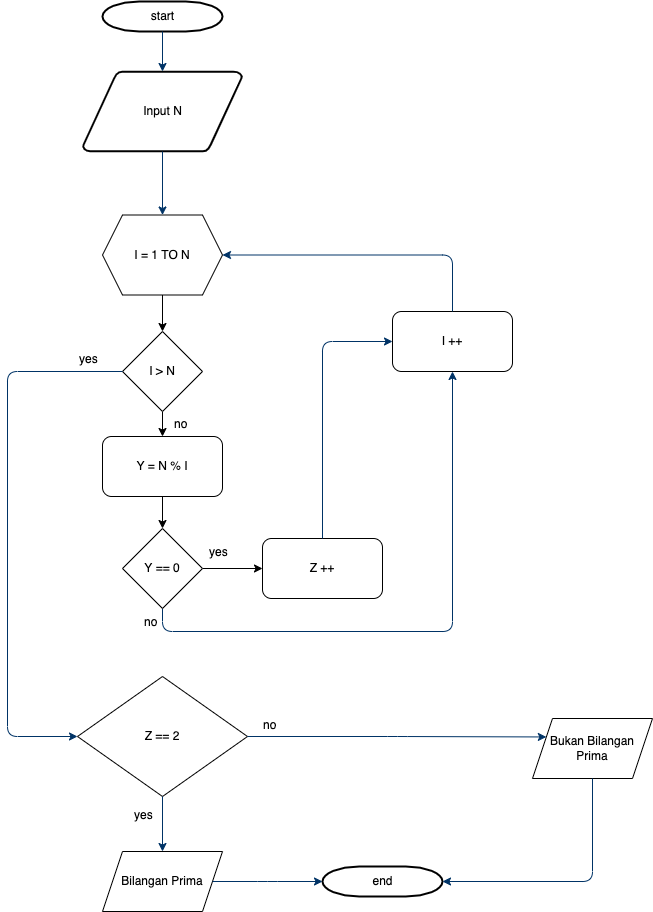
Above: Day1/Day1-Prima.drawio.png in ikonsultandeveloper/Tugas (draw.io), before the change. Source tidied: cells renumbered, new cells last; positions are measured from the earlier drawing's top-left corner, leaving out a move shared by most shapes. The source it was exported from:
```xml
<mxGraphModel>
  <root>
    <mxCell id="0" />
    <mxCell id="1" parent="0" />
    <mxCell id="2" value="start" style="shape=mxgraph.flowchart.terminator;strokeWidth=2;gradientColor=none;gradientDirection=north;fontStyle=0;html=1;" parent="1" vertex="1">
      <mxGeometry x="95" width="120" height="30" as="geometry" />
    </mxCell>
    <mxCell id="3" value="Input N" style="shape=mxgraph.flowchart.data;strokeWidth=2;gradientColor=none;gradientDirection=north;fontStyle=0;html=1;" parent="1" vertex="1">
      <mxGeometry x="75.5" y="70" width="159" height="80" as="geometry" />
    </mxCell>
    <mxCell id="4" style="fontStyle=1;strokeColor=#003366;strokeWidth=1;html=1;" parent="1" edge="1" source="2" target="3">
      <mxGeometry relative="1" as="geometry" />
    </mxCell>
    <mxCell id="5" style="fontStyle=1;strokeColor=#003366;strokeWidth=1;html=1;entryX=0.5;entryY=0;entryDx=0;entryDy=0;" parent="1" edge="1" source="3" target="18">
      <mxGeometry relative="1" as="geometry" />
    </mxCell>
    <mxCell id="6" value="end" style="shape=mxgraph.flowchart.terminator;strokeWidth=2;gradientColor=none;gradientDirection=north;fontStyle=0;html=1;" parent="1" vertex="1">
      <mxGeometry x="315" y="865" width="120" height="30" as="geometry" />
    </mxCell>
    <mxCell id="7" value="Bukan Bilangan Prima" style="shape=parallelogram;perimeter=parallelogramPerimeter;whiteSpace=wrap;html=1;fixedSize=1;" parent="1" vertex="1">
      <mxGeometry x="525" y="717" width="120" height="60" as="geometry" />
    </mxCell>
    <mxCell id="8" value="Z == 2" style="rhombus;whiteSpace=wrap;html=1;" parent="1" vertex="1">
      <mxGeometry x="70" y="675" width="170" height="120" as="geometry" />
    </mxCell>
    <mxCell id="9" value="yes" style="text;fontStyle=0;html=1;strokeColor=none;gradientColor=none;fillColor=none;strokeWidth=2;" parent="1" vertex="1">
      <mxGeometry x="125" y="800" width="40" height="26" as="geometry" />
    </mxCell>
    <mxCell id="10" style="edgeStyle=elbowEdgeStyle;elbow=horizontal;fontStyle=1;strokeColor=#003366;strokeWidth=1;html=1;exitX=0.5;exitY=1;exitDx=0;exitDy=0;" parent="1" edge="1" source="8" target="11">
      <mxGeometry x="825" y="-320" as="geometry" />
    </mxCell>
    <mxCell id="11" value="Bilangan Prima" style="shape=parallelogram;perimeter=parallelogramPerimeter;whiteSpace=wrap;html=1;fixedSize=1;" parent="1" vertex="1">
      <mxGeometry x="95" y="850" width="120" height="60" as="geometry" />
    </mxCell>
    <mxCell id="12" value="no" style="text;fontStyle=0;html=1;strokeColor=none;gradientColor=none;fillColor=none;strokeWidth=2;" parent="1" vertex="1">
      <mxGeometry x="135" y="607" width="40" height="26" as="geometry" />
    </mxCell>
    <mxCell id="13" style="edgeStyle=elbowEdgeStyle;elbow=horizontal;fontStyle=1;strokeColor=#003366;strokeWidth=1;html=1;entryX=0;entryY=0.5;entryDx=0;entryDy=0;entryPerimeter=0;exitX=1;exitY=0.5;exitDx=0;exitDy=0;" parent="1" edge="1" source="11" target="6">
      <mxGeometry x="614.5" y="-44" as="geometry" />
    </mxCell>
    <mxCell id="14" style="edgeStyle=elbowEdgeStyle;elbow=horizontal;fontStyle=1;strokeColor=#003366;strokeWidth=1;html=1;entryX=1;entryY=0.5;entryDx=0;entryDy=0;entryPerimeter=0;exitX=0.5;exitY=1;exitDx=0;exitDy=0;" parent="1" edge="1" source="7" target="6">
      <mxGeometry x="825" y="-320" as="geometry">
        <Array as="points">
          <mxPoint x="585" y="830" />
          <mxPoint x="695" y="400" />
        </Array>
      </mxGeometry>
    </mxCell>
    <mxCell id="15" style="edgeStyle=elbowEdgeStyle;elbow=horizontal;fontStyle=1;strokeColor=#003366;strokeWidth=1;html=1;entryX=0;entryY=0.25;entryDx=0;entryDy=0;exitX=1;exitY=0.5;exitDx=0;exitDy=0;" parent="1" edge="1" source="8" target="7">
      <mxGeometry x="664.5" y="-199.5" as="geometry">
        <Array as="points">
          <mxPoint x="390" y="710" />
        </Array>
      </mxGeometry>
    </mxCell>
    <mxCell id="16" style="edgeStyle=orthogonalEdgeStyle;rounded=0;jettySize=auto;html=1;entryX=0.5;entryY=0;entryDx=0;entryDy=0;exitX=0.5;exitY=1;exitDx=0;exitDy=0;" parent="1" edge="1" source="29" target="24">
      <mxGeometry relative="1" as="geometry" />
    </mxCell>
    <mxCell id="17" style="edgeStyle=orthogonalEdgeStyle;rounded=0;jettySize=auto;html=1;" parent="1" edge="1" source="18" target="29">
      <mxGeometry relative="1" as="geometry" />
    </mxCell>
    <mxCell id="18" value="I = 1 TO N" style="shape=hexagon;perimeter=hexagonPerimeter2;whiteSpace=wrap;html=1;fixedSize=1;" parent="1" vertex="1">
      <mxGeometry x="95" y="213.5" width="120" height="80" as="geometry" />
    </mxCell>
    <mxCell id="19" style="edgeStyle=orthogonalEdgeStyle;rounded=0;jettySize=auto;html=1;exitX=0.5;exitY=1;exitDx=0;exitDy=0;" parent="1" edge="1" source="24" target="28">
      <mxGeometry relative="1" as="geometry" />
    </mxCell>
    <mxCell id="20" style="edgeStyle=orthogonalEdgeStyle;rounded=0;jettySize=auto;html=1;" parent="1" edge="1" source="28" target="23">
      <mxGeometry relative="1" as="geometry" />
    </mxCell>
    <mxCell id="21" value="I ++" style="rounded=1;whiteSpace=wrap;html=1;" parent="1" vertex="1">
      <mxGeometry x="385" y="310" width="120" height="60" as="geometry" />
    </mxCell>
    <mxCell id="22" style="edgeStyle=elbowEdgeStyle;elbow=horizontal;fontStyle=1;strokeColor=#003366;strokeWidth=1;html=1;entryX=1;entryY=0.5;entryDx=0;entryDy=0;exitX=0.5;exitY=0;exitDx=0;exitDy=0;" parent="1" edge="1" source="21" target="18">
      <mxGeometry x="835" y="-310" as="geometry">
        <Array as="points">
          <mxPoint x="445" y="280" />
          <mxPoint x="705" y="410" />
        </Array>
      </mxGeometry>
    </mxCell>
    <mxCell id="23" value="Z ++" style="rounded=1;whiteSpace=wrap;html=1;" parent="1" vertex="1">
      <mxGeometry x="255" y="537" width="120" height="60" as="geometry" />
    </mxCell>
    <mxCell id="24" value="Y = N % I" style="rounded=1;whiteSpace=wrap;html=1;" parent="1" vertex="1">
      <mxGeometry x="95" y="435" width="120" height="60" as="geometry" />
    </mxCell>
    <mxCell id="25" value="yes" style="text;fontStyle=0;html=1;strokeColor=none;gradientColor=none;fillColor=none;strokeWidth=2;" parent="1" vertex="1">
      <mxGeometry x="200" y="537" width="40" height="26" as="geometry" />
    </mxCell>
    <mxCell id="26" style="edgeStyle=elbowEdgeStyle;elbow=horizontal;fontStyle=1;strokeColor=#003366;strokeWidth=1;html=1;entryX=0;entryY=0.5;entryDx=0;entryDy=0;exitX=0.5;exitY=0;exitDx=0;exitDy=0;" parent="1" edge="1" source="23" target="21">
      <mxGeometry x="845" y="-300" as="geometry">
        <Array as="points">
          <mxPoint x="315" y="410" />
          <mxPoint x="715" y="420" />
        </Array>
      </mxGeometry>
    </mxCell>
    <mxCell id="27" style="edgeStyle=elbowEdgeStyle;elbow=horizontal;fontStyle=1;strokeColor=#003366;strokeWidth=1;html=1;startArrow=none;entryX=0.5;entryY=1;entryDx=0;entryDy=0;" parent="1" edge="1" source="28" target="21">
      <mxGeometry x="695" y="-190" as="geometry">
        <Array as="points">
          <mxPoint x="305" y="630" />
          <mxPoint x="565" y="530" />
        </Array>
      </mxGeometry>
    </mxCell>
    <mxCell id="28" value="Y == 0" style="rhombus;whiteSpace=wrap;html=1;" parent="1" vertex="1">
      <mxGeometry x="115" y="527" width="80" height="80" as="geometry" />
    </mxCell>
    <mxCell id="29" value="I &amp;gt; N" style="rhombus;whiteSpace=wrap;html=1;" parent="1" vertex="1">
      <mxGeometry x="115" y="330" width="80" height="80" as="geometry" />
    </mxCell>
    <mxCell id="30" value="no" style="text;fontStyle=0;html=1;strokeColor=none;gradientColor=none;fillColor=none;strokeWidth=2;" parent="1" vertex="1">
      <mxGeometry x="165" y="409" width="40" height="26" as="geometry" />
    </mxCell>
    <mxCell id="31" style="edgeStyle=elbowEdgeStyle;elbow=horizontal;fontStyle=1;strokeColor=#003366;strokeWidth=1;html=1;startArrow=none;exitX=0;exitY=0.5;exitDx=0;exitDy=0;entryX=0;entryY=0.5;entryDx=0;entryDy=0;" parent="1" edge="1" source="29" target="8">
      <mxGeometry x="310" y="-164" as="geometry">
        <Array as="points">
          <mxPoint y="540" />
          <mxPoint x="180" y="556" />
        </Array>
      </mxGeometry>
    </mxCell>
    <mxCell id="32" value="yes" style="text;fontStyle=0;html=1;strokeColor=none;gradientColor=none;fillColor=none;strokeWidth=2;" parent="1" vertex="1">
      <mxGeometry x="70" y="344" width="40" height="26" as="geometry" />
    </mxCell>
    <mxCell id="33" value="no" style="text;fontStyle=0;html=1;strokeColor=none;gradientColor=none;fillColor=none;strokeWidth=2;" parent="1" vertex="1">
      <mxGeometry x="254" y="710" width="40" height="26" as="geometry" />
    </mxCell>
  </root>
</mxGraphModel>
```
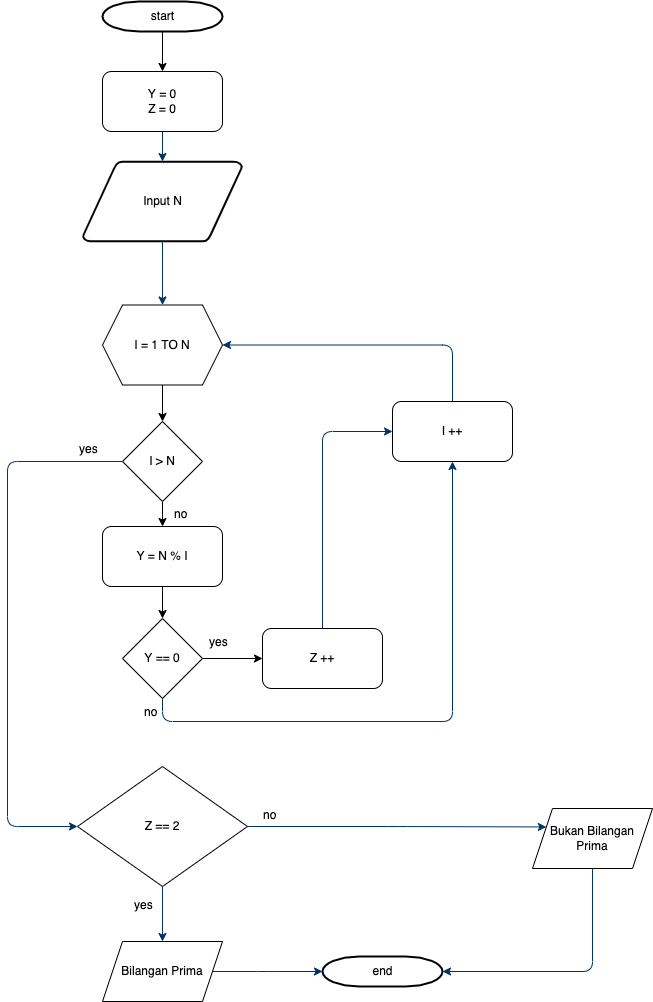
After the commit.

The edit, as a diff of the source:
```diff
@@ -2,13 +2,16 @@
   <root>
     <mxCell id="0" />
     <mxCell id="1" parent="0" />
+    <mxCell id="34" style="edgeStyle=orthogonalEdgeStyle;rounded=0;jettySize=auto;html=1;" parent="1" edge="1" source="2" target="35">
+      <mxGeometry relative="1" as="geometry" />
+    </mxCell>
     <mxCell id="2" value="start" style="shape=mxgraph.flowchart.terminator;strokeWidth=2;gradientColor=none;gradientDirection=north;fontStyle=0;html=1;" parent="1" vertex="1">
-      <mxGeometry x="95" width="120" height="30" as="geometry" />
+      <mxGeometry x="95" y="-90" width="120" height="30" as="geometry" />
     </mxCell>
     <mxCell id="3" value="Input N" style="shape=mxgraph.flowchart.data;strokeWidth=2;gradientColor=none;gradientDirection=north;fontStyle=0;html=1;" parent="1" vertex="1">
       <mxGeometry x="75.5" y="70" width="159" height="80" as="geometry" />
     </mxCell>
-    <mxCell id="4" style="fontStyle=1;strokeColor=#003366;strokeWidth=1;html=1;" parent="1" edge="1" source="2" target="3">
+    <mxCell id="4" style="fontStyle=1;strokeColor=#003366;strokeWidth=1;html=1;exitX=0.5;exitY=1;exitDx=0;exitDy=0;" parent="1" edge="1" source="35" target="3">
       <mxGeometry relative="1" as="geometry" />
     </mxCell>
     <mxCell id="5" style="fontStyle=1;strokeColor=#003366;strokeWidth=1;html=1;entryX=0.5;entryY=0;entryDx=0;entryDy=0;" parent="1" edge="1" source="3" target="18">
@@ -127,5 +130,8 @@
     <mxCell id="33" value="no" style="text;fontStyle=0;html=1;strokeColor=none;gradientColor=none;fillColor=none;strokeWidth=2;" parent="1" vertex="1">
       <mxGeometry x="254" y="710" width="40" height="26" as="geometry" />
     </mxCell>
+    <mxCell id="35" value="Y = 0&lt;br&gt;Z = 0" style="rounded=1;whiteSpace=wrap;html=1;" parent="1" vertex="1">
+      <mxGeometry x="95" y="-20" width="120" height="60" as="geometry" />
+    </mxCell>
   </root>
 </mxGraphModel>
```
